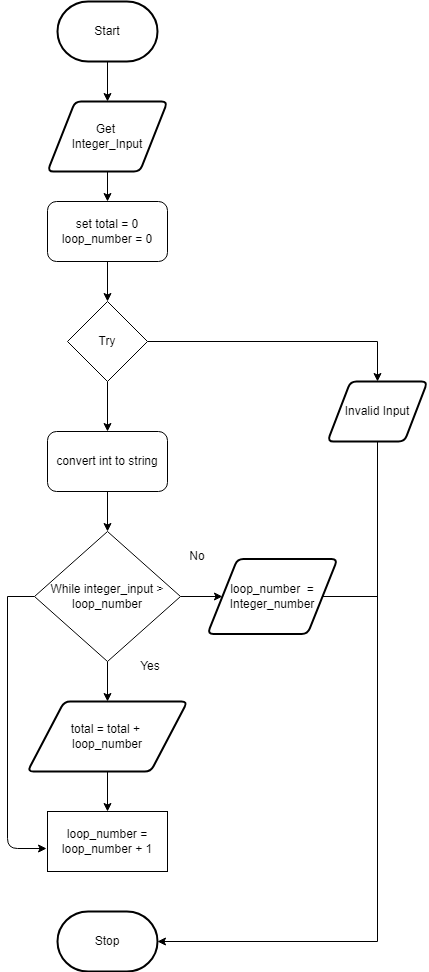
Before: FlowChart.png, a diagram exported from draw.io (JacksonNaufal/ICS3U-Unit4-01-Python). Source tidied: cells renumbered, new cells last; positions are measured from the earlier drawing's top-left corner, leaving out a move shared by most shapes. Its diagram source:
```xml
<mxGraphModel>
  <root>
    <mxCell id="0" />
    <mxCell id="1" parent="0" />
    <mxCell id="2" style="edgeStyle=none;rounded=0;html=1;" parent="1" edge="1" source="3" target="13">
      <mxGeometry relative="1" as="geometry" />
    </mxCell>
    <mxCell id="3" value="Start" style="strokeWidth=2;html=1;shape=mxgraph.flowchart.terminator;whiteSpace=wrap;" parent="1" vertex="1">
      <mxGeometry x="50" width="100" height="60" as="geometry" />
    </mxCell>
    <mxCell id="4" value="Stop" style="strokeWidth=2;html=1;shape=mxgraph.flowchart.terminator;whiteSpace=wrap;rounded=1;" parent="1" vertex="1">
      <mxGeometry x="50" y="910" width="100" height="60" as="geometry" />
    </mxCell>
    <mxCell id="5" style="edgeStyle=none;html=1;" parent="1" edge="1" source="7" target="11">
      <mxGeometry relative="1" as="geometry" />
    </mxCell>
    <mxCell id="6" style="edgeStyle=none;html=1;entryX=0.5;entryY=0;entryDx=0;entryDy=0;rounded=0;" parent="1" edge="1" source="7" target="9">
      <mxGeometry relative="1" as="geometry">
        <Array as="points">
          <mxPoint x="370" y="340" />
        </Array>
      </mxGeometry>
    </mxCell>
    <mxCell id="7" value="Try" style="rhombus;whiteSpace=wrap;html=1;" parent="1" vertex="1">
      <mxGeometry x="60" y="300" width="80" height="80" as="geometry" />
    </mxCell>
    <mxCell id="8" style="edgeStyle=none;rounded=0;html=1;entryX=1;entryY=0.5;entryDx=0;entryDy=0;entryPerimeter=0;" parent="1" edge="1" source="9" target="4">
      <mxGeometry relative="1" as="geometry">
        <Array as="points">
          <mxPoint x="370" y="940" />
        </Array>
      </mxGeometry>
    </mxCell>
    <mxCell id="9" value="Invalid Input" style="shape=parallelogram;html=1;strokeWidth=2;perimeter=parallelogramPerimeter;whiteSpace=wrap;rounded=1;arcSize=12;size=0.23;" parent="1" vertex="1">
      <mxGeometry x="320" y="380" width="100" height="60" as="geometry" />
    </mxCell>
    <mxCell id="10" style="edgeStyle=none;rounded=0;html=1;" parent="1" edge="1" source="11" target="20">
      <mxGeometry relative="1" as="geometry" />
    </mxCell>
    <mxCell id="11" value="convert int to string" style="rounded=1;whiteSpace=wrap;html=1;" parent="1" vertex="1">
      <mxGeometry x="40" y="430" width="120" height="60" as="geometry" />
    </mxCell>
    <mxCell id="12" style="edgeStyle=none;rounded=0;html=1;" parent="1" edge="1" source="13" target="15">
      <mxGeometry relative="1" as="geometry" />
    </mxCell>
    <mxCell id="13" value="Get &lt;br&gt;Integer_Input" style="shape=parallelogram;html=1;strokeWidth=2;perimeter=parallelogramPerimeter;whiteSpace=wrap;rounded=1;arcSize=12;size=0.23;" parent="1" vertex="1">
      <mxGeometry x="40" y="100" width="120" height="70" as="geometry" />
    </mxCell>
    <mxCell id="14" style="edgeStyle=none;rounded=0;html=1;" parent="1" edge="1" source="15" target="7">
      <mxGeometry relative="1" as="geometry" />
    </mxCell>
    <mxCell id="15" value="set total = 0&lt;br&gt;loop_number = 0" style="rounded=1;whiteSpace=wrap;html=1;" parent="1" vertex="1">
      <mxGeometry x="40" y="200" width="120" height="60" as="geometry" />
    </mxCell>
    <mxCell id="16" style="edgeStyle=none;rounded=0;html=1;" parent="1" edge="1" source="20" target="22">
      <mxGeometry relative="1" as="geometry" />
    </mxCell>
    <mxCell id="17" style="edgeStyle=none;rounded=0;html=1;" parent="1" edge="1" source="20" target="27">
      <mxGeometry relative="1" as="geometry" />
    </mxCell>
    <mxCell id="18" style="edgeStyle=none;html=1;entryX=-0.008;entryY=0.617;entryDx=0;entryDy=0;entryPerimeter=0;" parent="1" edge="1" target="23">
      <mxGeometry relative="1" as="geometry">
        <mxPoint y="595" as="sourcePoint" />
        <Array as="points">
          <mxPoint y="847" />
        </Array>
      </mxGeometry>
    </mxCell>
    <mxCell id="19" style="edgeStyle=none;html=1;endArrow=none;endFill=0;" parent="1" edge="1" source="20">
      <mxGeometry relative="1" as="geometry">
        <mxPoint y="595" as="targetPoint" />
      </mxGeometry>
    </mxCell>
    <mxCell id="20" value="While integer_input &amp;gt; loop_number" style="rhombus;whiteSpace=wrap;html=1;" parent="1" vertex="1">
      <mxGeometry x="27" y="530" width="146" height="130" as="geometry" />
    </mxCell>
    <mxCell id="21" style="edgeStyle=none;rounded=0;html=1;" parent="1" edge="1" source="22" target="23">
      <mxGeometry relative="1" as="geometry" />
    </mxCell>
    <mxCell id="22" value="total = total + &lt;br&gt;loop_number" style="shape=parallelogram;html=1;strokeWidth=2;perimeter=parallelogramPerimeter;whiteSpace=wrap;rounded=1;arcSize=12;size=0.23;" parent="1" vertex="1">
      <mxGeometry x="20" y="700" width="160" height="70" as="geometry" />
    </mxCell>
    <mxCell id="23" value="loop_number = loop_number + 1" style="rounded=0;whiteSpace=wrap;html=1;" parent="1" vertex="1">
      <mxGeometry x="40" y="810" width="120" height="60" as="geometry" />
    </mxCell>
    <mxCell id="24" value="Yes&lt;br&gt;" style="text;html=1;strokeColor=none;fillColor=none;align=center;verticalAlign=middle;whiteSpace=wrap;rounded=0;" parent="1" vertex="1">
      <mxGeometry x="113" y="650" width="60" height="30" as="geometry" />
    </mxCell>
    <mxCell id="25" value="No" style="text;html=1;strokeColor=none;fillColor=none;align=center;verticalAlign=middle;whiteSpace=wrap;rounded=0;" parent="1" vertex="1">
      <mxGeometry x="160" y="540" width="60" height="30" as="geometry" />
    </mxCell>
    <mxCell id="26" style="edgeStyle=none;rounded=0;html=1;endArrow=none;endFill=0;" parent="1" edge="1" source="27">
      <mxGeometry relative="1" as="geometry">
        <mxPoint x="370" y="595" as="targetPoint" />
      </mxGeometry>
    </mxCell>
    <mxCell id="27" value="loop_number&amp;nbsp; =&lt;br&gt;Integer_number" style="shape=parallelogram;html=1;strokeWidth=2;perimeter=parallelogramPerimeter;whiteSpace=wrap;rounded=1;arcSize=12;size=0.23;" parent="1" vertex="1">
      <mxGeometry x="200" y="557.5" width="130" height="75" as="geometry" />
    </mxCell>
  </root>
</mxGraphModel>
```
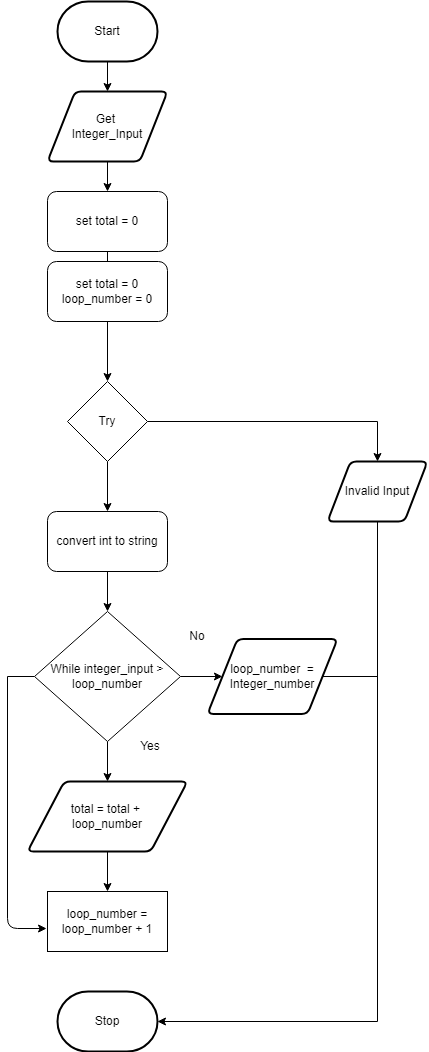
After the commit.

Change to the diagram source:
```diff
@@ -6,7 +6,7 @@
       <mxGeometry relative="1" as="geometry" />
     </mxCell>
     <mxCell id="3" value="Start" style="strokeWidth=2;html=1;shape=mxgraph.flowchart.terminator;whiteSpace=wrap;" parent="1" vertex="1">
-      <mxGeometry x="50" width="100" height="60" as="geometry" />
+      <mxGeometry x="50" y="-80" width="100" height="60" as="geometry" />
     </mxCell>
     <mxCell id="4" value="Stop" style="strokeWidth=2;html=1;shape=mxgraph.flowchart.terminator;whiteSpace=wrap;rounded=1;" parent="1" vertex="1">
       <mxGeometry x="50" y="910" width="100" height="60" as="geometry" />
@@ -44,13 +44,13 @@
       <mxGeometry relative="1" as="geometry" />
     </mxCell>
     <mxCell id="13" value="Get &lt;br&gt;Integer_Input" style="shape=parallelogram;html=1;strokeWidth=2;perimeter=parallelogramPerimeter;whiteSpace=wrap;rounded=1;arcSize=12;size=0.23;" parent="1" vertex="1">
-      <mxGeometry x="40" y="100" width="120" height="70" as="geometry" />
+      <mxGeometry x="40" y="10" width="120" height="70" as="geometry" />
     </mxCell>
-    <mxCell id="14" style="edgeStyle=none;rounded=0;html=1;" parent="1" edge="1" source="15" target="7">
+    <mxCell id="14" style="edgeStyle=none;rounded=0;html=1;startArrow=none;" parent="1" edge="1" source="28" target="7">
       <mxGeometry relative="1" as="geometry" />
     </mxCell>
-    <mxCell id="15" value="set total = 0&lt;br&gt;loop_number = 0" style="rounded=1;whiteSpace=wrap;html=1;" parent="1" vertex="1">
-      <mxGeometry x="40" y="200" width="120" height="60" as="geometry" />
+    <mxCell id="15" value="set total = 0" style="rounded=1;whiteSpace=wrap;html=1;" parent="1" vertex="1">
+      <mxGeometry x="40" y="110" width="120" height="60" as="geometry" />
     </mxCell>
     <mxCell id="16" style="edgeStyle=none;rounded=0;html=1;" parent="1" edge="1" source="20" target="22">
       <mxGeometry relative="1" as="geometry" />
@@ -97,5 +97,11 @@
     <mxCell id="27" value="loop_number&amp;nbsp; =&lt;br&gt;Integer_number" style="shape=parallelogram;html=1;strokeWidth=2;perimeter=parallelogramPerimeter;whiteSpace=wrap;rounded=1;arcSize=12;size=0.23;" parent="1" vertex="1">
       <mxGeometry x="200" y="557.5" width="130" height="75" as="geometry" />
     </mxCell>
+    <mxCell id="28" value="set total = 0&lt;br&gt;loop_number = 0" style="rounded=1;whiteSpace=wrap;html=1;" parent="1" vertex="1">
+      <mxGeometry x="40" y="180" width="120" height="60" as="geometry" />
+    </mxCell>
+    <mxCell id="29" style="edgeStyle=none;rounded=0;html=1;endArrow=none;" parent="1" edge="1" source="15" target="28">
+      <mxGeometry relative="1" as="geometry" />
+    </mxCell>
   </root>
 </mxGraphModel>
```
